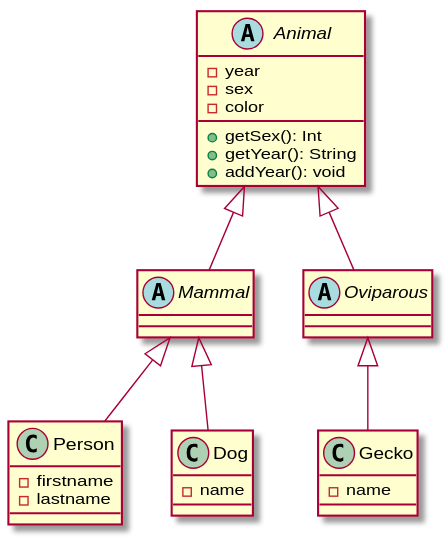
The PlantUML diagram generated-file-name.svg in traderbook/poo, before a commit.
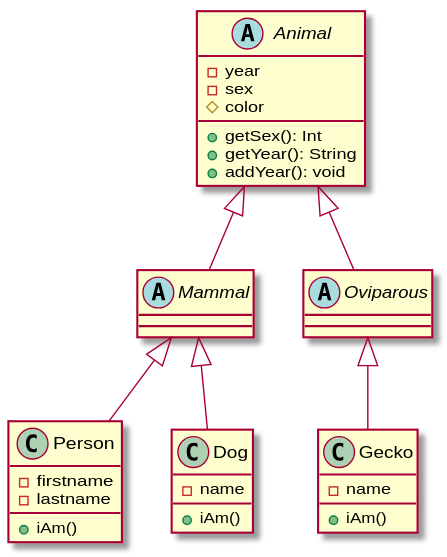
The same diagram one commit later.

Change to the diagram source:
```diff
@@ -3,7 +3,7 @@
 abstract class Animal {
 - year
 - sex
-- color
+# color
 
 + getSex(): Int
 + getYear(): String
@@ -17,12 +17,18 @@
 class Person extends Mammal {
 - firstname
 - lastname
+
++ iAm()
 }
 class Dog extends Mammal {
 - name
+
++ iAm()
 }
 
 class Gecko extends Oviparous {
 - name
+
++ iAm()
 }
 @enduml
```
